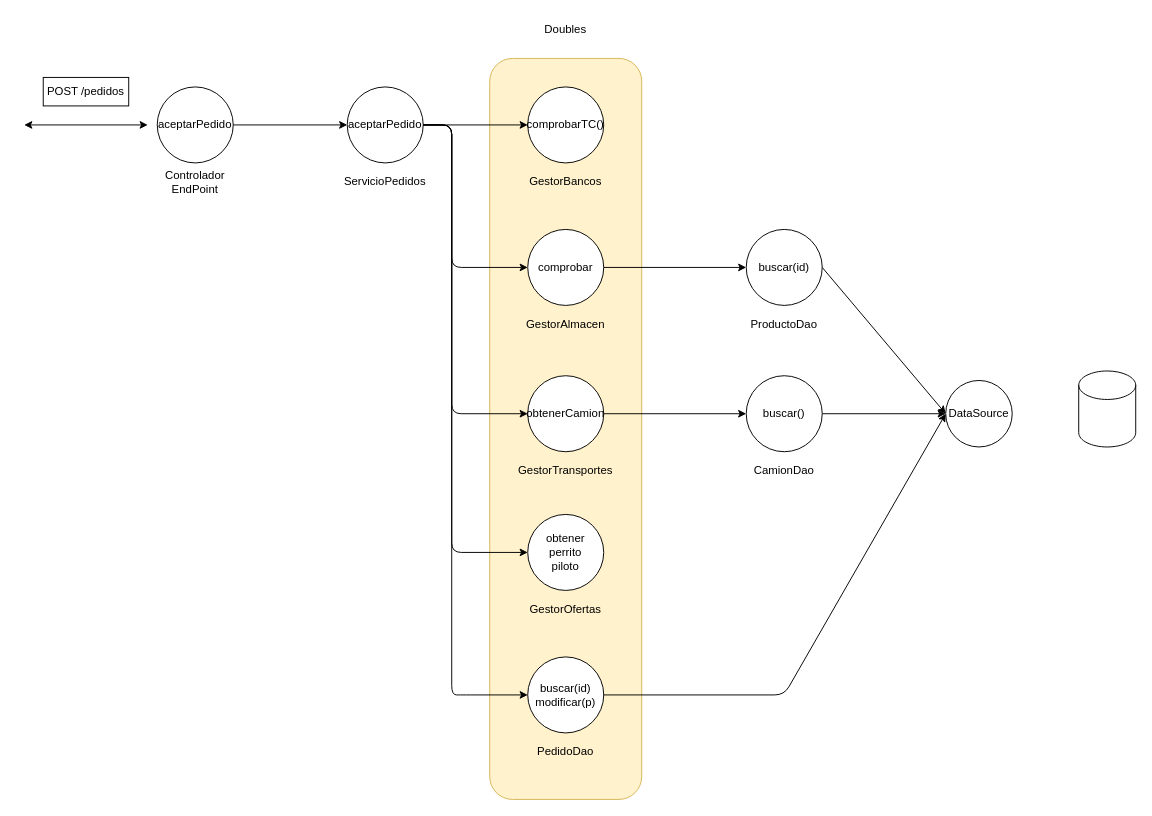
This is page "Página-6" (5 of 12) of tdd.drawio from lrag/TDD, a draw.io file, before an edit. Source tidied: cells renumbered, new cells numbered last; positions are measured from the earlier drawing's top-left corner, leaving out a move shared by most shapes. Both pictures are drawn from the tidied source at 95%, with x=0, y=0 at pixel (24, 20).
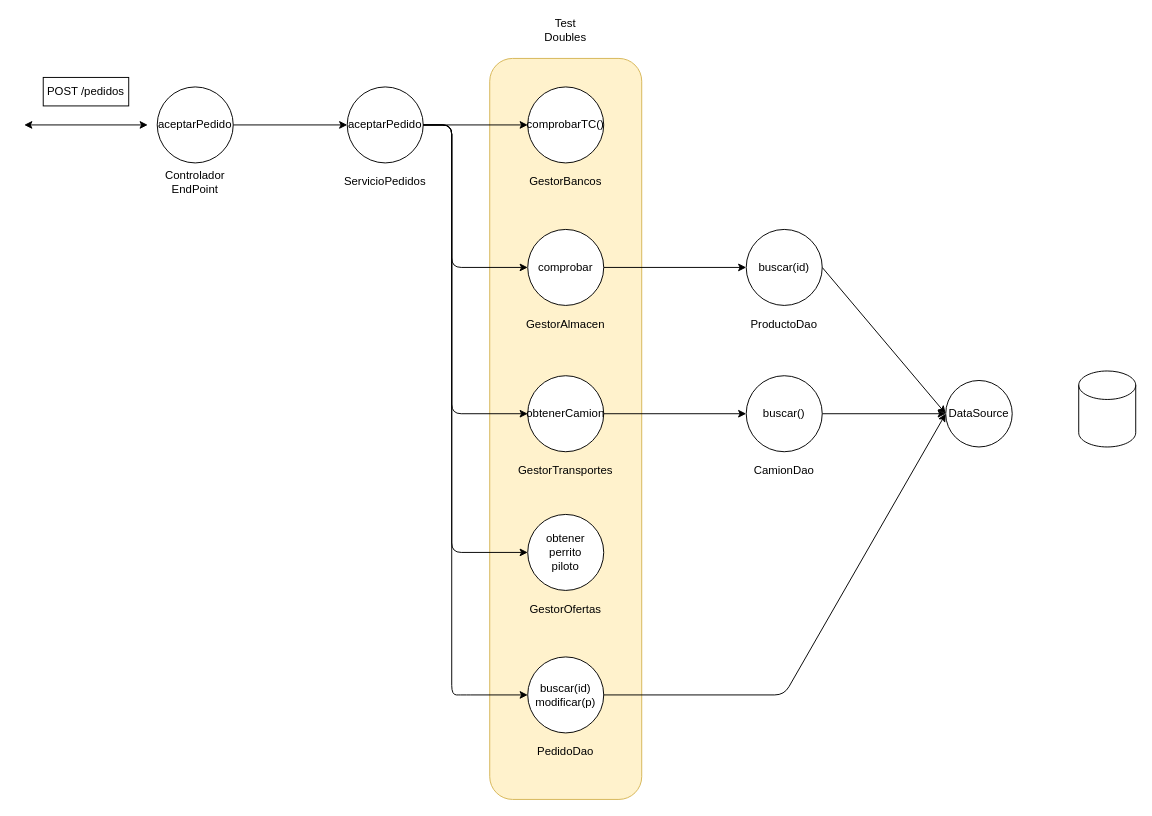
The same diagram, later.

What changed in the source:
```diff
@@
-    <mxCell id="28" value="Doubles" style="text;html=1;strokeColor=none;fillColor=none;align=center;verticalAlign=middle;whiteSpace=wrap;rounded=0;" parent="1" vertex="1">
+    <mxCell id="28" value="Test Doubles" style="text;html=1;strokeColor=none;fillColor=none;align=center;verticalAlign=middle;whiteSpace=wrap;rounded=0;" parent="1" vertex="1">
       <mxGeometry x="550" width="40" height="20" as="geometry" />
     </mxCell>
```
